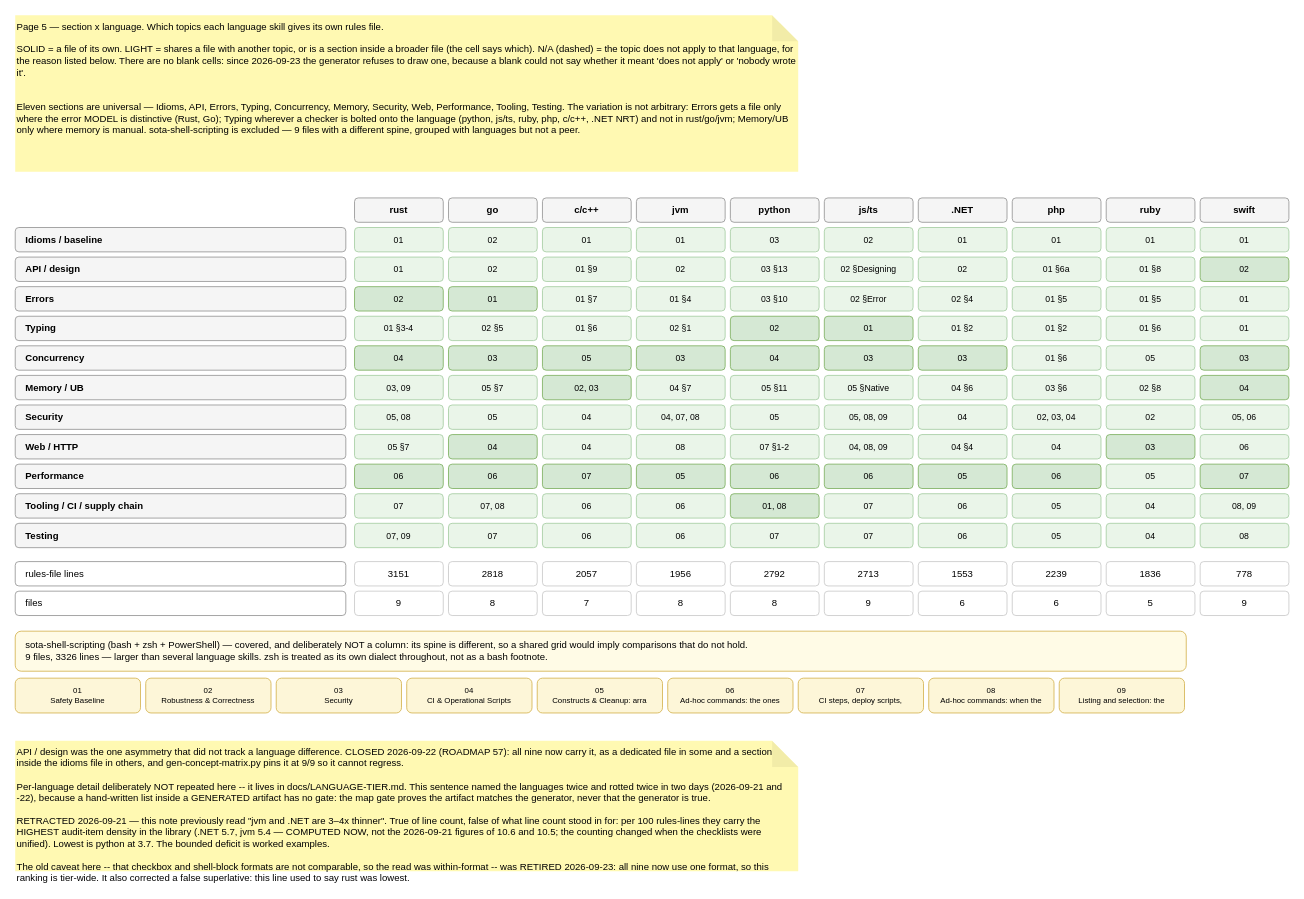
The draw.io diagram page "5 · Section x language" (5 of 8) of docs/skill-map.drawio in martinholovsky/SOTA-skills, before the edit. Source tidied: cells renumbered, new cells numbered last; positions are measured from the earlier drawing's top-left corner, leaving out a move shared by most shapes. Both pictures are drawn from the tidied source at 87%, with x=0, y=0 at pixel (15, 15).
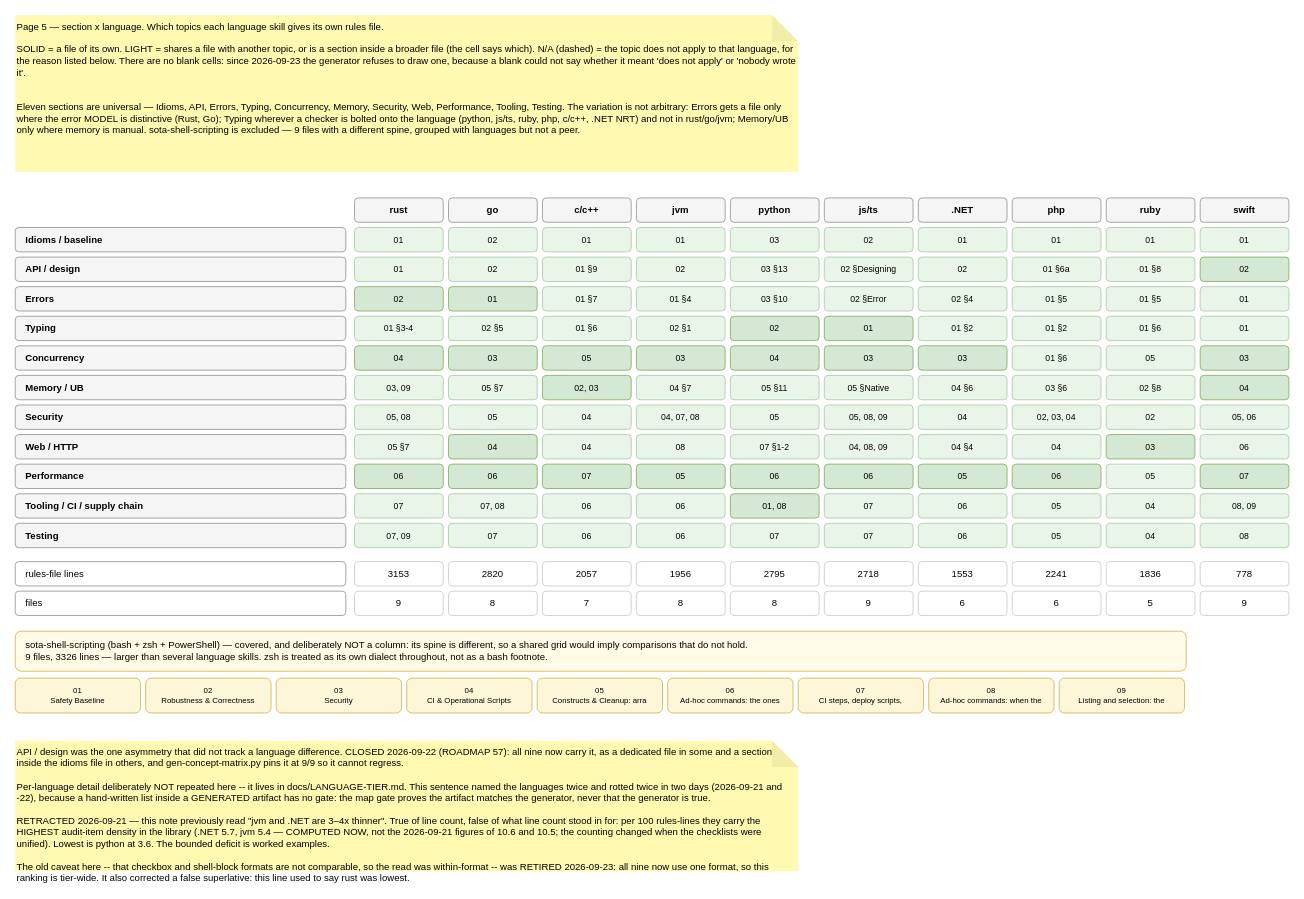
Above is the later version.

The edit, as a diff of the source:
```diff
@@
-    <mxCell id="135" value="3151" style="rounded=1;whiteSpace=wrap;html=1;fontSize=11;fillColor=#ffffff;strokeColor=#cccccc;fontSize=11;" parent="1" vertex="1">
+    <mxCell id="135" value="3153" style="rounded=1;whiteSpace=wrap;html=1;fontSize=11;fillColor=#ffffff;strokeColor=#cccccc;fontSize=11;" parent="1" vertex="1">
       <mxGeometry x="390" y="628" width="102" height="28" as="geometry" />
     </mxCell>
-    <mxCell id="136" value="2818" style="rounded=1;whiteSpace=wrap;html=1;fontSize=11;fillColor=#ffffff;strokeColor=#cccccc;fontSize=11;" parent="1" vertex="1">
+    <mxCell id="136" value="2820" style="rounded=1;whiteSpace=wrap;html=1;fontSize=11;fillColor=#ffffff;strokeColor=#cccccc;fontSize=11;" parent="1" vertex="1">
       <mxGeometry x="498" y="628" width="102" height="28" as="geometry" />
     </mxCell>
@@
-    <mxCell id="139" value="2792" style="rounded=1;whiteSpace=wrap;html=1;fontSize=11;fillColor=#ffffff;strokeColor=#cccccc;fontSize=11;" parent="1" vertex="1">
+    <mxCell id="139" value="2795" style="rounded=1;whiteSpace=wrap;html=1;fontSize=11;fillColor=#ffffff;strokeColor=#cccccc;fontSize=11;" parent="1" vertex="1">
       <mxGeometry x="822" y="628" width="102" height="28" as="geometry" />
     </mxCell>
-    <mxCell id="140" value="2713" style="rounded=1;whiteSpace=wrap;html=1;fontSize=11;fillColor=#ffffff;strokeColor=#cccccc;fontSize=11;" parent="1" vertex="1">
+    <mxCell id="140" value="2718" style="rounded=1;whiteSpace=wrap;html=1;fontSize=11;fillColor=#ffffff;strokeColor=#cccccc;fontSize=11;" parent="1" vertex="1">
       <mxGeometry x="930" y="628" width="102" height="28" as="geometry" />
     </mxCell>
@@
-    <mxCell id="142" value="2239" style="rounded=1;whiteSpace=wrap;html=1;fontSize=11;fillColor=#ffffff;strokeColor=#cccccc;fontSize=11;" parent="1" vertex="1">
+    <mxCell id="142" value="2241" style="rounded=1;whiteSpace=wrap;html=1;fontSize=11;fillColor=#ffffff;strokeColor=#cccccc;fontSize=11;" parent="1" vertex="1">
       <mxGeometry x="1146" y="628" width="102" height="28" as="geometry" />
     </mxCell>
@@
-    <mxCell id="166" value="API / design was the one asymmetry that did not track a language difference. CLOSED 2026-09-22 (ROADMAP 57): all nine now carry it, as a dedicated file in some and a section inside the idioms file in others, and gen-concept-matrix.py pins it at 9/9 so it cannot regress.&lt;br&gt;&lt;br&gt;Per-language detail deliberately NOT repeated here -- it lives in docs/LANGUAGE-TIER.md. This sentence named the languages twice and rotted twice in two days (2026-09-21 and -22), because a hand-written list inside a GENERATED artifact has no gate: the map gate proves the artifact matches the generator, never that the generator is true.&lt;br&gt;&lt;br&gt;RETRACTED 2026-09-21 — this note previously read &quot;jvm and .NET are 3–4x thinner&quot;. True of line count, false of what line count stood in for: per 100 rules-lines they carry the HIGHEST audit-item density in the library (.NET 5.7, jvm 5.4 — COMPUTED NOW, not the 2026-09-21 figures of 10.6 and 10.5; the counting changed when the checklists were unified). Lowest is python at 3.7. The bounded deficit is worked examples.&lt;br&gt;&lt;br&gt;The old caveat here -- that checkbox and shell-block formats are not comparable, so the read was within-format -- was RETIRED 2026-09-23: all nine now use one format, so this ranking is tier-wide. It also corrected a false superlative: this line used to say rust was lowest." style="shape=note;whiteSpace=wrap;html=1;backgroundOutline=1;darkOpacity=0.05;fillColor=#FFF9B2;strokeColor=none;fontSize=11;align=left;verticalAlign=top;" parent="1" vertex="1">
+    <mxCell id="166" value="API / design was the one asymmetry that did not track a language difference. CLOSED 2026-09-22 (ROADMAP 57): all nine now carry it, as a dedicated file in some and a section inside the idioms file in others, and gen-concept-matrix.py pins it at 9/9 so it cannot regress.&lt;br&gt;&lt;br&gt;Per-language detail deliberately NOT repeated here -- it lives in docs/LANGUAGE-TIER.md. This sentence named the languages twice and rotted twice in two days (2026-09-21 and -22), because a hand-written list inside a GENERATED artifact has no gate: the map gate proves the artifact matches the generator, never that the generator is true.&lt;br&gt;&lt;br&gt;RETRACTED 2026-09-21 — this note previously read &quot;jvm and .NET are 3–4x thinner&quot;. True of line count, false of what line count stood in for: per 100 rules-lines they carry the HIGHEST audit-item density in the library (.NET 5.7, jvm 5.4 — COMPUTED NOW, not the 2026-09-21 figures of 10.6 and 10.5; the counting changed when the checklists were unified). Lowest is python at 3.6. The bounded deficit is worked examples.&lt;br&gt;&lt;br&gt;The old caveat here -- that checkbox and shell-block formats are not comparable, so the read was within-format -- was RETIRED 2026-09-23: all nine now use one format, so this ranking is tier-wide. It also corrected a false superlative: this line used to say rust was lowest." style="shape=note;whiteSpace=wrap;html=1;backgroundOutline=1;darkOpacity=0.05;fillColor=#FFF9B2;strokeColor=none;fontSize=11;align=left;verticalAlign=top;" parent="1" vertex="1">
       <mxGeometry y="834" width="900" height="150" as="geometry" />
     </mxCell>
```
